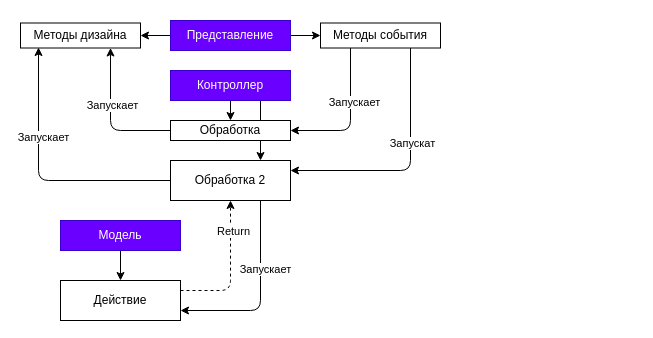
This is sh.drawio from Ostrovniy/00_Git_test, a draw.io file, before an edit. Source tidied: cells renumbered, new cells numbered last; positions are measured from the earlier drawing's top-left corner, leaving out a move shared by most shapes. Both pictures are drawn from the tidied source at 100%, with x=0, y=0 at pixel (20, 20).
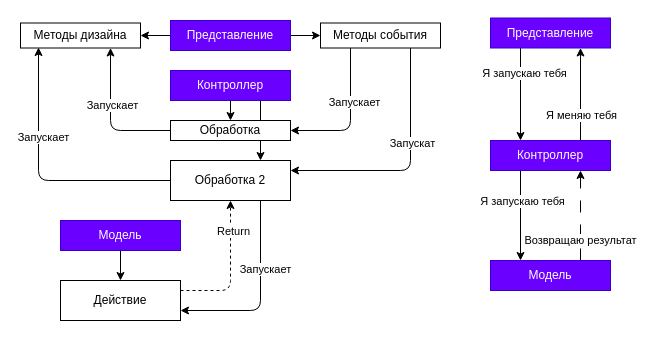
The same diagram, later.

Change to the diagram source:
```diff
@@
+    <mxCell id="27" style="edgeStyle=none;html=1;exitX=0.25;exitY=1;exitDx=0;exitDy=0;entryX=0.25;entryY=0;entryDx=0;entryDy=0;" parent="1" edge="1" source="29" target="34">
+      <mxGeometry relative="1" as="geometry" />
+    </mxCell>
+    <mxCell id="28" value="Я запускаю тебя" style="edgeLabel;html=1;align=center;verticalAlign=middle;" parent="27" vertex="1">
+      <mxGeometry x="-0.45" y="3" relative="1" as="geometry" />
+    </mxCell>
+    <mxCell id="29" value="Представление" style="whiteSpace=wrap;html=1;fillColor=#6a00ff;fontColor=#ffffff;strokeColor=#3700CC;" parent="1" vertex="1">
+      <mxGeometry x="470" y="-2.5" width="120" height="30" as="geometry" />
+    </mxCell>
+    <mxCell id="30" style="edgeStyle=none;html=1;exitX=0.25;exitY=1;exitDx=0;exitDy=0;entryX=0.25;entryY=0;entryDx=0;entryDy=0;" parent="1" edge="1" source="34" target="37">
+      <mxGeometry relative="1" as="geometry" />
+    </mxCell>
+    <mxCell id="31" value="Я запускаю тебя" style="edgeLabel;html=1;align=center;verticalAlign=middle;" parent="30" vertex="1">
+      <mxGeometry x="-0.33" y="1" relative="1" as="geometry" />
+    </mxCell>
+    <mxCell id="32" style="edgeStyle=none;html=1;exitX=0.75;exitY=0;exitDx=0;exitDy=0;entryX=0.75;entryY=1;entryDx=0;entryDy=0;" parent="1" edge="1" source="34" target="29">
+      <mxGeometry relative="1" as="geometry" />
+    </mxCell>
+    <mxCell id="33" value="Я меняю тебя" style="edgeLabel;html=1;align=center;verticalAlign=middle;" parent="32" vertex="1">
+      <mxGeometry x="-0.44" relative="1" as="geometry" />
+    </mxCell>
+    <mxCell id="34" value="Контроллер" style="whiteSpace=wrap;html=1;fillColor=#6a00ff;fontColor=#ffffff;strokeColor=#3700CC;" parent="1" vertex="1">
+      <mxGeometry x="470" y="120" width="120" height="30" as="geometry" />
+    </mxCell>
+    <mxCell id="35" style="edgeStyle=none;html=1;exitX=0.75;exitY=0;exitDx=0;exitDy=0;entryX=0.75;entryY=1;entryDx=0;entryDy=0;dashed=1;dashPattern=12 12;" parent="1" edge="1" source="37" target="34">
+      <mxGeometry relative="1" as="geometry" />
+    </mxCell>
+    <mxCell id="36" value="Возвращаю результат" style="edgeLabel;html=1;align=center;verticalAlign=middle;" parent="35" vertex="1">
+      <mxGeometry x="-0.53" y="1" relative="1" as="geometry" />
+    </mxCell>
+    <mxCell id="37" value="Модель" style="whiteSpace=wrap;html=1;fillColor=#6a00ff;fontColor=#ffffff;strokeColor=#3700CC;" parent="1" vertex="1">
+      <mxGeometry x="470" y="240" width="120" height="30" as="geometry" />
+    </mxCell>
```
